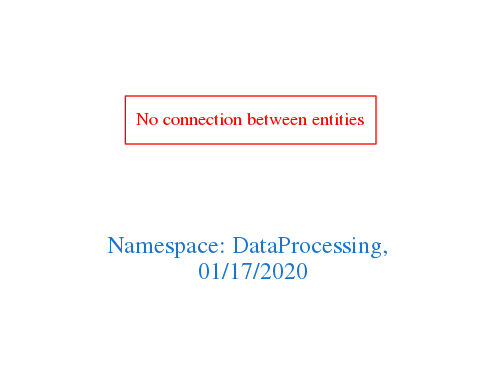
This is downloads/DataProcessing.png from arago/OGIT, a Graphviz export, as it was before one commit. Its source is kept beside it as downloads/DataProcessing.dot.
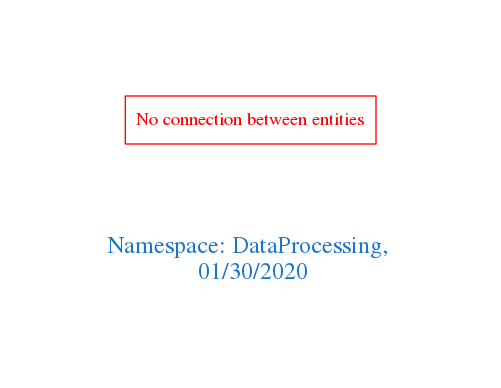
The same diagram one commit later.

Change to the diagram source:
```diff
@@ -1,7 +1,7 @@
 digraph OGIT_ontology {
  graph [ rankdir= LR,pad=1
 fontsize = 18,
-fontcolor= dodgerblue3,label = "\n\n\nNamespace: DataProcessing, \n 01/17/2020"];
+fontcolor= dodgerblue3,label = "\n\n\nNamespace: DataProcessing, \n 01/30/2020"];
 node[shape=polygon];
 edge [  color="gray81"];
 
```
